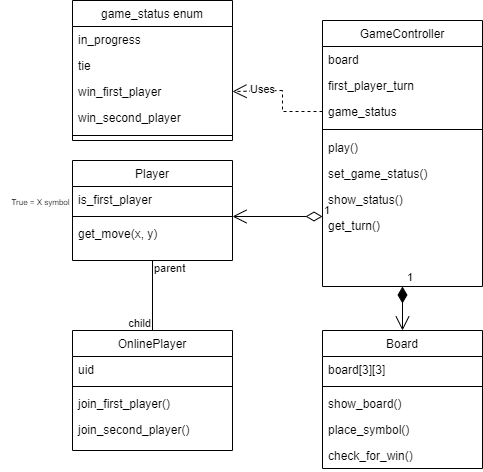
vsawce/cmpe131-slugs keeps this draw.io diagram as hw1/diagram_tictactoe_class.png. Above is the earlier version. Source tidied: cells renumbered, new cells last; positions are measured from the earlier drawing's top-left corner, leaving out a move shared by most shapes.
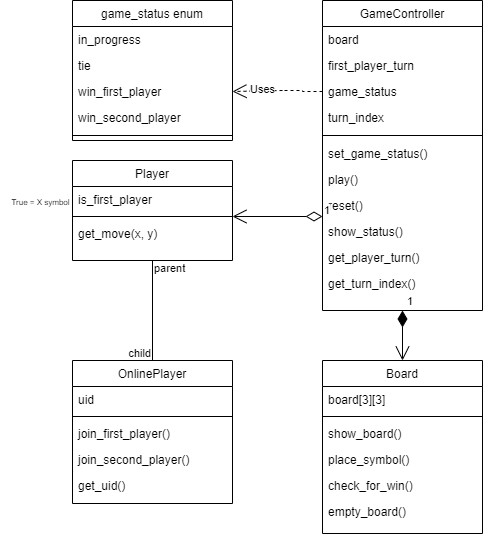
Later version of the same file.

Commit message:
Added reset function, accessors, player objects in GameController

Change to the diagram source:
```diff
@@ -3,7 +3,7 @@
     <mxCell id="0" />
     <mxCell id="1" parent="0" />
     <mxCell id="2" value="Board&#10;" style="swimlane;fontStyle=0;align=center;verticalAlign=top;horizontal=1;startSize=26;rounded=0;shadow=0;strokeWidth=1;" parent="1" vertex="1">
-      <mxGeometry x="322" y="330" width="160" height="138" as="geometry" />
+      <mxGeometry x="322" y="360" width="160" height="173" as="geometry" />
     </mxCell>
     <mxCell id="3" value="board[3][3]" style="text;align=left;verticalAlign=top;spacingLeft=4;spacingRight=4;overflow=hidden;" parent="2" vertex="1">
       <mxGeometry y="26" width="160" height="26" as="geometry" />
@@ -20,8 +20,11 @@
     <mxCell id="7" value="check_for_win()" style="text;align=left;verticalAlign=top;spacingLeft=4;spacingRight=4;overflow=hidden;" parent="2" vertex="1">
       <mxGeometry y="112" width="160" height="26" as="geometry" />
     </mxCell>
+    <mxCell id="40" value="empty_board()" style="text;align=left;verticalAlign=top;spacingLeft=4;spacingRight=4;overflow=hidden;" parent="2" vertex="1">
+      <mxGeometry y="138" width="160" height="26" as="geometry" />
+    </mxCell>
     <mxCell id="8" value="OnlinePlayer" style="swimlane;fontStyle=0;align=center;verticalAlign=top;horizontal=1;startSize=26;rounded=0;shadow=0;strokeWidth=1;" parent="1" vertex="1">
-      <mxGeometry x="72" y="330" width="160" height="120" as="geometry" />
+      <mxGeometry x="72" y="360" width="160" height="143" as="geometry" />
     </mxCell>
     <mxCell id="9" value="uid" style="text;align=left;verticalAlign=top;spacingLeft=4;spacingRight=4;overflow=hidden;" parent="8" vertex="1">
       <mxGeometry y="26" width="160" height="26" as="geometry" />
@@ -35,6 +38,9 @@
     <mxCell id="12" value="join_second_player()" style="text;align=left;verticalAlign=top;spacingLeft=4;spacingRight=4;overflow=hidden;" parent="8" vertex="1">
       <mxGeometry y="86" width="160" height="26" as="geometry" />
     </mxCell>
+    <mxCell id="41" value="get_uid()" style="text;align=left;verticalAlign=top;spacingLeft=4;spacingRight=4;overflow=hidden;" parent="8" vertex="1">
+      <mxGeometry y="112" width="160" height="26" as="geometry" />
+    </mxCell>
     <mxCell id="13" value="Player&#10;" style="swimlane;fontStyle=0;align=center;verticalAlign=top;horizontal=1;startSize=26;rounded=0;shadow=0;strokeWidth=1;" parent="1" vertex="1">
       <mxGeometry x="72" y="160" width="160" height="100" as="geometry" />
     </mxCell>
@@ -48,7 +54,7 @@
       <mxGeometry y="60" width="160" height="26" as="geometry" />
     </mxCell>
     <mxCell id="17" value="GameController&#10;" style="swimlane;fontStyle=0;align=center;verticalAlign=top;horizontal=1;startSize=26;rounded=0;shadow=0;strokeWidth=1;" parent="1" vertex="1">
-      <mxGeometry x="322" y="20" width="160" height="266" as="geometry" />
+      <mxGeometry x="322" width="160" height="310" as="geometry" />
     </mxCell>
     <mxCell id="18" value="board" style="text;align=left;verticalAlign=top;spacingLeft=4;spacingRight=4;overflow=hidden;rounded=0;shadow=0;html=0;" parent="17" vertex="1">
       <mxGeometry y="26" width="160" height="26" as="geometry" />
@@ -59,21 +65,30 @@
     <mxCell id="20" value="game_status" style="text;align=left;verticalAlign=top;spacingLeft=4;spacingRight=4;overflow=hidden;points=[[0,0.5],[1,0.5]];portConstraint=eastwest;rounded=0;shadow=0;html=0;" parent="17" vertex="1">
       <mxGeometry y="78" width="160" height="26" as="geometry" />
     </mxCell>
+    <mxCell id="42" value="turn_index" style="text;align=left;verticalAlign=top;spacingLeft=4;spacingRight=4;overflow=hidden;rounded=0;shadow=0;html=0;" parent="17" vertex="1">
+      <mxGeometry y="104" width="160" height="26" as="geometry" />
+    </mxCell>
     <mxCell id="21" style="line;html=1;strokeWidth=1;align=left;verticalAlign=middle;spacingTop=-1;spacingLeft=3;spacingRight=3;labelPosition=right;" parent="17" vertex="1">
-      <mxGeometry y="104" width="160" height="10" as="geometry" />
+      <mxGeometry y="130" width="160" height="10" as="geometry" />
     </mxCell>
+    <mxCell id="23" value="set_game_status()" style="text;align=left;verticalAlign=top;spacingLeft=4;spacingRight=4;overflow=hidden;rounded=0;shadow=0;html=0;" parent="17" vertex="1">
+      <mxGeometry y="140" width="160" height="26" as="geometry" />
+    </mxCell>
     <mxCell id="22" value="play()" style="text;align=left;verticalAlign=top;spacingLeft=4;spacingRight=4;overflow=hidden;rounded=0;shadow=0;html=0;" parent="17" vertex="1">
-      <mxGeometry y="114" width="160" height="26" as="geometry" />
+      <mxGeometry y="166" width="160" height="26" as="geometry" />
     </mxCell>
-    <mxCell id="23" value="set_game_status()" style="text;align=left;verticalAlign=top;spacingLeft=4;spacingRight=4;overflow=hidden;rounded=0;shadow=0;html=0;" parent="17" vertex="1">
-      <mxGeometry y="140" width="160" height="26" as="geometry" />
-    </mxCell>
+    <mxCell id="43" value="reset()" style="text;align=left;verticalAlign=top;spacingLeft=4;spacingRight=4;overflow=hidden;rounded=0;shadow=0;html=0;" parent="17" vertex="1">
+      <mxGeometry y="192" width="160" height="26" as="geometry" />
+    </mxCell>
     <mxCell id="24" value="show_status()" style="text;align=left;verticalAlign=top;spacingLeft=4;spacingRight=4;overflow=hidden;rounded=0;shadow=0;html=0;" parent="17" vertex="1">
-      <mxGeometry y="166" width="160" height="26" as="geometry" />
+      <mxGeometry y="218" width="160" height="26" as="geometry" />
     </mxCell>
-    <mxCell id="25" value="get_turn()" style="text;align=left;verticalAlign=top;spacingLeft=4;spacingRight=4;overflow=hidden;rounded=0;shadow=0;html=0;" parent="17" vertex="1">
-      <mxGeometry y="192" width="160" height="26" as="geometry" />
+    <mxCell id="25" value="get_player_turn()" style="text;align=left;verticalAlign=top;spacingLeft=4;spacingRight=4;overflow=hidden;rounded=0;shadow=0;html=0;" parent="17" vertex="1">
+      <mxGeometry y="244" width="160" height="26" as="geometry" />
     </mxCell>
+    <mxCell id="44" value="get_turn_index()" style="text;align=left;verticalAlign=top;spacingLeft=4;spacingRight=4;overflow=hidden;rounded=0;shadow=0;html=0;" parent="17" vertex="1">
+      <mxGeometry y="270" width="160" height="40" as="geometry" />
+    </mxCell>
     <mxCell id="26" value="1" style="endArrow=open;html=1;endSize=12;startArrow=diamondThin;startSize=14;startFill=1;edgeStyle=orthogonalEdgeStyle;align=left;verticalAlign=bottom;rounded=0;entryX=0.5;entryY=0;entryDx=0;entryDy=0;exitX=0.5;exitY=1;exitDx=0;exitDy=0;" parent="1" edge="1" source="17" target="2">
       <mxGeometry x="-1" y="3" relative="1" as="geometry" />
     </mxCell>
```
